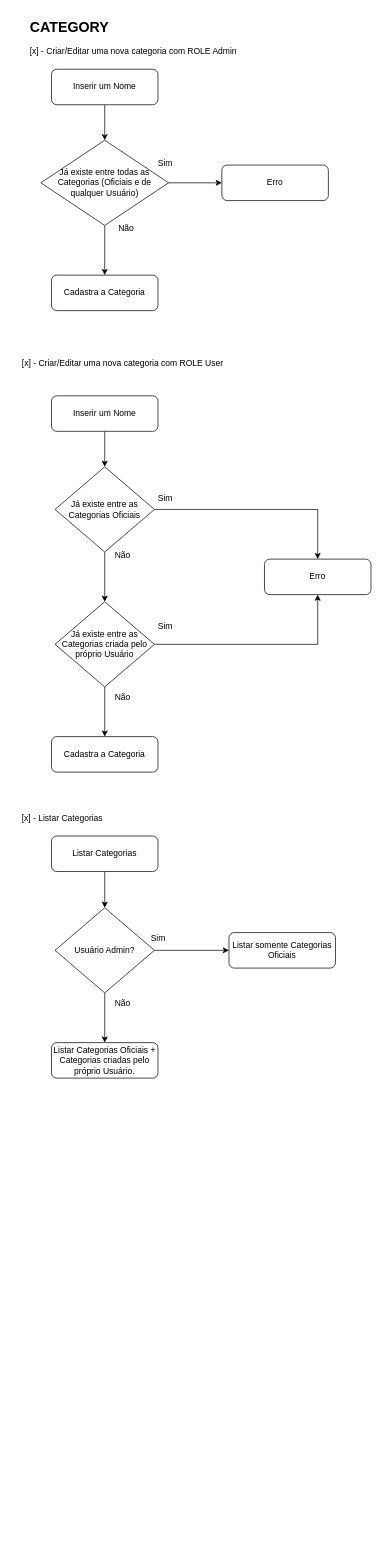
Earlier version of the draw.io diagram docs/category.drawio (paulocometti/back-treino-fofo). Source tidied: cells renumbered, new cells numbered last; positions are measured from the earlier drawing's top-left corner, leaving out a move shared by most shapes. Both pictures are drawn from the tidied source at 71%, with x=0, y=0 at pixel (12, 12).
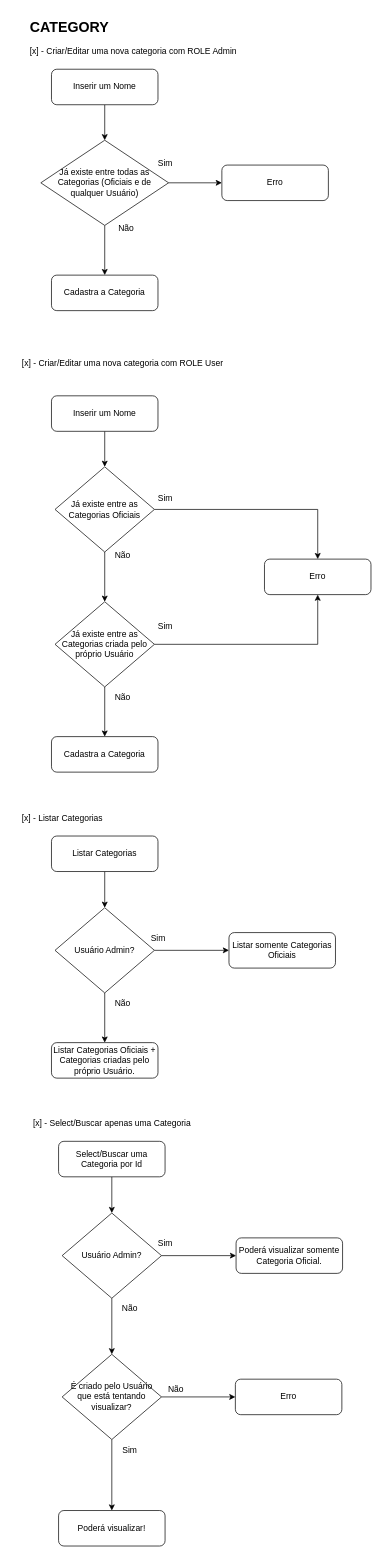
After the change.

Change to the diagram source:
```diff
@@
+    <mxCell id="38" value="[x] - Select/Buscar apenas uma Categoria" style="text;html=1;align=center;verticalAlign=middle;strokeColor=none;fillColor=none;" parent="1" vertex="1">
+      <mxGeometry x="15" y="1550" width="250" height="30" as="geometry" />
+    </mxCell>
+    <mxCell id="39" style="edgeStyle=orthogonalEdgeStyle;rounded=0;jettySize=auto;html=1;exitX=0.5;exitY=1;exitDx=0;exitDy=0;entryX=0.5;entryY=0;entryDx=0;entryDy=0;" parent="1" edge="1" source="40" target="43">
+      <mxGeometry relative="1" as="geometry" />
+    </mxCell>
+    <mxCell id="40" value="Select/Buscar uma Categoria por Id" style="rounded=1;whiteSpace=wrap;html=1;fontSize=12;glass=0;strokeWidth=1;shadow=0;" parent="1" vertex="1">
+      <mxGeometry x="65" y="1590" width="150" height="50" as="geometry" />
+    </mxCell>
+    <mxCell id="41" style="edgeStyle=orthogonalEdgeStyle;rounded=0;jettySize=auto;html=1;exitX=1;exitY=0.5;exitDx=0;exitDy=0;entryX=0;entryY=0.5;entryDx=0;entryDy=0;" parent="1" edge="1" source="43" target="44">
+      <mxGeometry relative="1" as="geometry" />
+    </mxCell>
+    <mxCell id="42" style="edgeStyle=orthogonalEdgeStyle;rounded=0;jettySize=auto;html=1;exitX=0.5;exitY=1;exitDx=0;exitDy=0;entryX=0.5;entryY=0;entryDx=0;entryDy=0;" parent="1" edge="1" source="43" target="49">
+      <mxGeometry relative="1" as="geometry" />
+    </mxCell>
+    <mxCell id="43" value="Usuário Admin?" style="rhombus;whiteSpace=wrap;html=1;" parent="1" vertex="1">
+      <mxGeometry x="70" y="1691" width="140" height="120" as="geometry" />
+    </mxCell>
+    <mxCell id="44" value="Poderá visualizar somente Categoria Oficial." style="rounded=1;whiteSpace=wrap;html=1;fontSize=12;glass=0;strokeWidth=1;shadow=0;" parent="1" vertex="1">
+      <mxGeometry x="315" y="1726" width="150" height="50" as="geometry" />
+    </mxCell>
+    <mxCell id="45" value="Sim" style="text;html=1;align=center;verticalAlign=middle;strokeColor=none;fillColor=none;" parent="1" vertex="1">
+      <mxGeometry x="195" y="1719" width="40" height="30" as="geometry" />
+    </mxCell>
+    <mxCell id="46" value="Não" style="text;html=1;align=center;verticalAlign=middle;strokeColor=none;fillColor=none;" parent="1" vertex="1">
+      <mxGeometry x="140" y="1811" width="50" height="30" as="geometry" />
+    </mxCell>
+    <mxCell id="47" style="edgeStyle=orthogonalEdgeStyle;rounded=0;jettySize=auto;html=1;entryX=0;entryY=0.5;entryDx=0;entryDy=0;" parent="1" edge="1" source="49" target="50">
+      <mxGeometry relative="1" as="geometry" />
+    </mxCell>
+    <mxCell id="48" style="edgeStyle=orthogonalEdgeStyle;rounded=0;jettySize=auto;html=1;exitX=0.5;exitY=1;exitDx=0;exitDy=0;entryX=0.5;entryY=0;entryDx=0;entryDy=0;" parent="1" edge="1" source="49" target="52">
+      <mxGeometry relative="1" as="geometry" />
+    </mxCell>
+    <mxCell id="49" value="É criado pelo Usuário que está tentando visualizar?" style="rhombus;whiteSpace=wrap;html=1;" parent="1" vertex="1">
+      <mxGeometry x="70" y="1890" width="140" height="120" as="geometry" />
+    </mxCell>
+    <mxCell id="50" value="Erro" style="rounded=1;whiteSpace=wrap;html=1;fontSize=12;glass=0;strokeWidth=1;shadow=0;" parent="1" vertex="1">
+      <mxGeometry x="314" y="1925" width="150" height="50" as="geometry" />
+    </mxCell>
+    <mxCell id="51" value="Não" style="text;html=1;align=center;verticalAlign=middle;strokeColor=none;fillColor=none;" parent="1" vertex="1">
+      <mxGeometry x="205" y="1925" width="50" height="30" as="geometry" />
+    </mxCell>
+    <mxCell id="52" value="Poderá visualizar!" style="rounded=1;whiteSpace=wrap;html=1;fontSize=12;glass=0;strokeWidth=1;shadow=0;" parent="1" vertex="1">
+      <mxGeometry x="65" y="2110" width="150" height="50" as="geometry" />
+    </mxCell>
+    <mxCell id="53" value="Sim" style="text;html=1;align=center;verticalAlign=middle;strokeColor=none;fillColor=none;" parent="1" vertex="1">
+      <mxGeometry x="145" y="2010" width="40" height="30" as="geometry" />
+    </mxCell>
```
